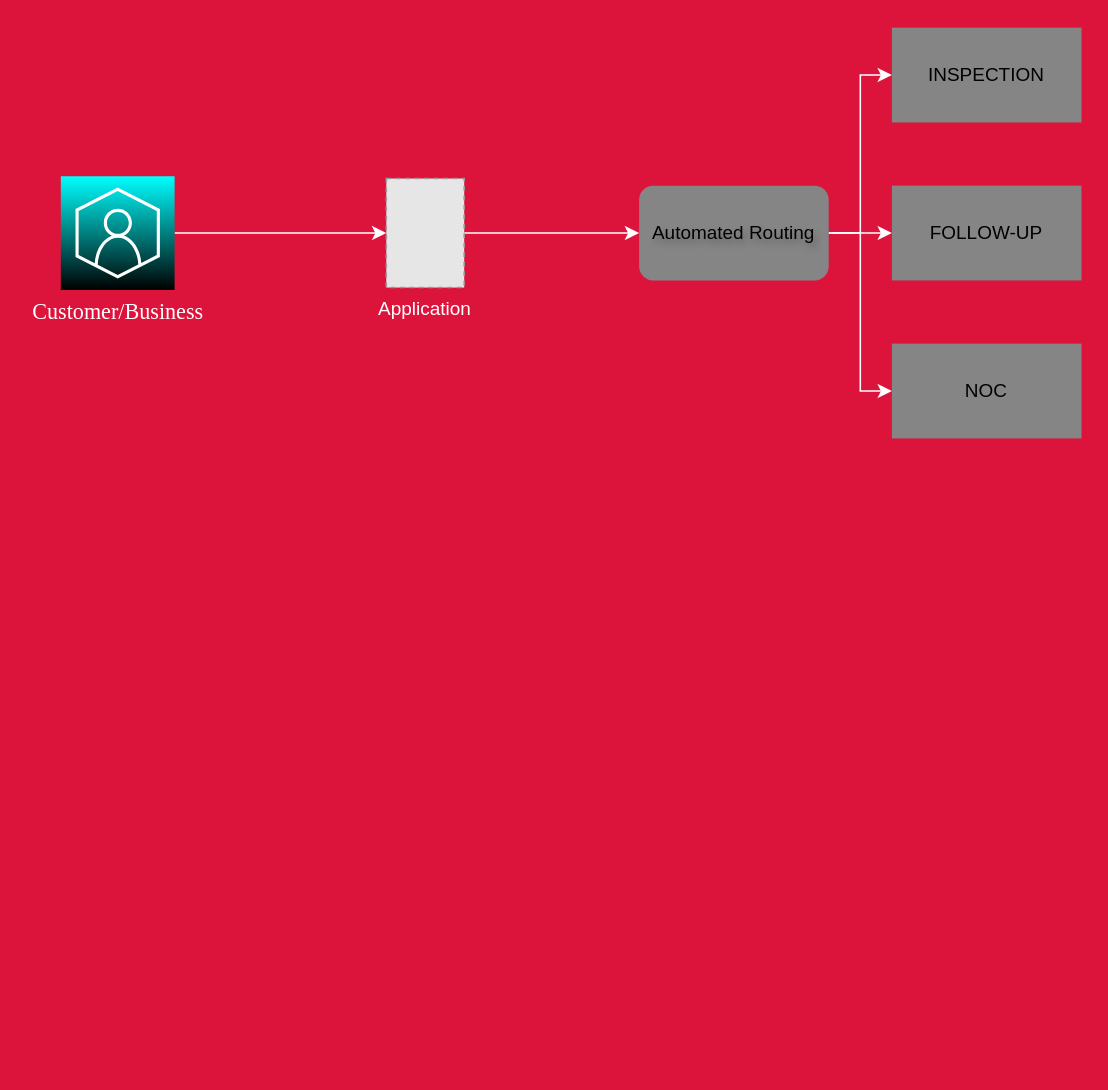
This is Untitled Diagram.drawio from Codeboi007/Tooeasy, a draw.io file, before an edit. Source tidied: cells renumbered, new cells numbered last; positions are measured from the earlier drawing's top-left corner, leaving out a move shared by most shapes. Both pictures are drawn from the tidied source at 158%, with x=0, y=0 at pixel (60, 27). Pictures stored in the file or linked from it are replaced by grey dashed boxes.
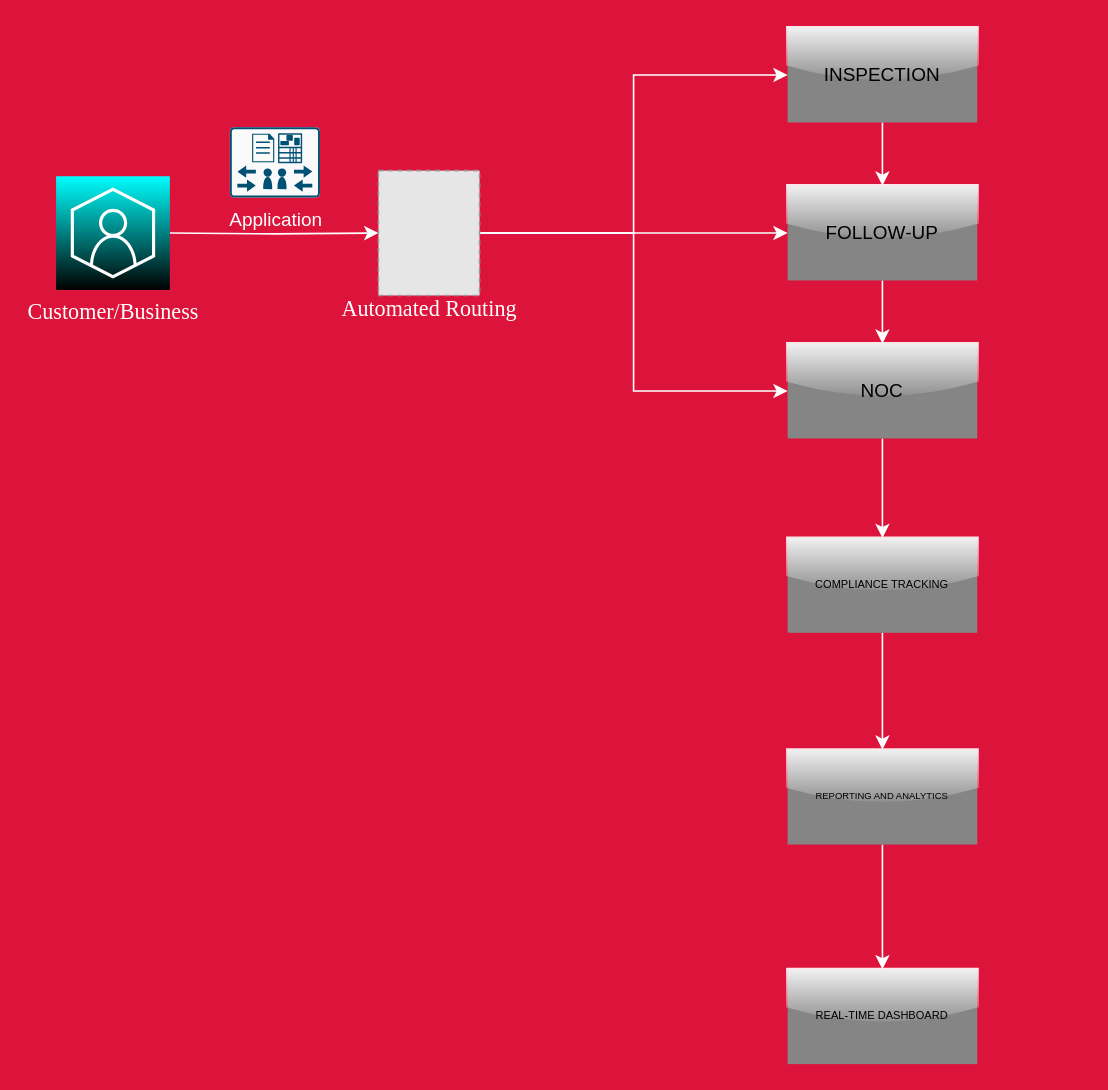
The same page after the edit.

The edit, as a diff of the source:
```diff
@@
-    <mxCell id="2" style="edgeStyle=orthogonalEdgeStyle;rounded=0;jettySize=auto;html=1;exitX=1;exitY=0.5;exitDx=0;exitDy=0;exitPerimeter=0;entryX=0;entryY=0.5;entryDx=0;entryDy=0;fontColor=#000000;strokeColor=#ffffff;curved=0;" parent="1" edge="1" source="11" target="12">
-      <mxGeometry relative="1" as="geometry" />
+    <mxCell id="2" style="edgeStyle=orthogonalEdgeStyle;rounded=0;jettySize=auto;html=1;exitX=1;exitY=0.5;exitDx=0;exitDy=0;exitPerimeter=0;entryX=0;entryY=0.5;entryDx=0;entryDy=0;fontColor=#000000;strokeColor=#ffffff;curved=0;" parent="1" edge="1" target="6">
+      <mxGeometry relative="1" as="geometry">
+        <mxPoint x="69" y="130" as="sourcePoint" />
+      </mxGeometry>
     </mxCell>
+    <mxCell id="13" style="edgeStyle=orthogonalEdgeStyle;rounded=0;jettySize=auto;html=1;exitX=0.5;exitY=1;exitDx=0;exitDy=0;entryX=0.5;entryY=0;entryDx=0;entryDy=0;strokeColor=#ffffff;" parent="1" edge="1" source="7" target="9">
+      <mxGeometry relative="1" as="geometry" />
+    </mxCell>
+    <mxCell id="7" value="FOLLOW-UP" style="shape=process;whiteSpace=wrap;html=1;backgroundOutline=1;fillColor=#858585;strokeColor=none;glass=1;" parent="1" vertex="1">
+      <mxGeometry x="460" y="100" width="120" height="60" as="geometry" />
+    </mxCell>
+    <mxCell id="14" style="edgeStyle=orthogonalEdgeStyle;rounded=0;jettySize=auto;html=1;exitX=0.5;exitY=1;exitDx=0;exitDy=0;entryX=0.5;entryY=0;entryDx=0;entryDy=0;strokeColor=#ffffff;" parent="1" edge="1" source="8" target="7">
+      <mxGeometry relative="1" as="geometry" />
+    </mxCell>
+    <mxCell id="8" value="INSPECTION" style="shape=process;whiteSpace=wrap;html=1;backgroundOutline=1;fillColor=#858585;strokeColor=none;rounded=0;glass=1;gradientColor=none;" parent="1" vertex="1">
+      <mxGeometry x="460" width="120" height="60" as="geometry" />
+    </mxCell>
+    <mxCell id="15" style="edgeStyle=orthogonalEdgeStyle;rounded=0;jettySize=auto;html=1;strokeColor=#ffffff;" parent="1" edge="1" source="9" target="17">
+      <mxGeometry relative="1" as="geometry" />
+    </mxCell>
+    <mxCell id="9" value="NOC" style="shape=process;whiteSpace=wrap;html=1;backgroundOutline=1;fillColor=#858585;strokeColor=none;glass=1;shadow=0;" parent="1" vertex="1">
+      <mxGeometry x="460" y="200" width="120" height="60" as="geometry" />
+    </mxCell>
+    <mxCell id="11" value="Customer/Business" style="sketch=0;points=[[0,0,0],[0.25,0,0],[0.5,0,0],[0.75,0,0],[1,0,0],[0,1,0],[0.25,1,0],[0.5,1,0],[0.75,1,0],[1,1,0],[0,0.25,0],[0,0.5,0],[0,0.75,0],[1,0.25,0],[1,0.5,0],[1,0.75,0]];outlineConnect=0;fontColor=#FFFFFF;fillColor=#00FFFF;strokeColor=#ffffff;dashed=0;verticalLabelPosition=bottom;verticalAlign=top;align=center;html=1;fontSize=14;fontStyle=0;shape=mxgraph.aws4.resourceIcon;resIcon=mxgraph.aws4.customer_enablement;fillStyle=auto;gradientColor=#000000;gradientDirection=south;fontFamily=Times New Roman;direction=east;" parent="1" vertex="1">
+      <mxGeometry x="-3" y="94" width="72" height="72" as="geometry" />
+    </mxCell>
+    <mxCell id="4" style="edgeStyle=orthogonalEdgeStyle;rounded=0;jettySize=auto;html=1;entryX=0;entryY=0.5;entryDx=0;entryDy=0;exitX=1;exitY=0.5;exitDx=0;exitDy=0;strokeColor=#ffffff;" parent="1" edge="1" source="6" target="7">
+      <mxGeometry relative="1" as="geometry" />
+    </mxCell>
-    <mxCell id="3" style="edgeStyle=orthogonalEdgeStyle;rounded=0;jettySize=auto;html=1;exitX=1;exitY=0.5;exitDx=0;exitDy=0;entryX=0;entryY=0.5;entryDx=0;entryDy=0;fontColor=#ffffff;strokeColor=#ffffff;" parent="1" edge="1" source="6" target="8">
+    <mxCell id="3" style="edgeStyle=orthogonalEdgeStyle;rounded=0;jettySize=auto;html=1;exitX=1;exitY=0.5;exitDx=0;exitDy=0;entryX=0;entryY=0.5;entryDx=0;entryDy=0;strokeColor=#ffffff;" parent="1" edge="1" source="6" target="8">
       <mxGeometry relative="1" as="geometry" />
     </mxCell>
-    <mxCell id="4" style="edgeStyle=orthogonalEdgeStyle;rounded=0;jettySize=auto;html=1;exitX=1;exitY=0.5;exitDx=0;exitDy=0;entryX=0;entryY=0.5;entryDx=0;entryDy=0;fontColor=#ffffff;strokeColor=#ffffff;" parent="1" edge="1" source="6" target="7">
-      <mxGeometry relative="1" as="geometry" />
-    </mxCell>
-    <mxCell id="5" style="edgeStyle=orthogonalEdgeStyle;rounded=0;jettySize=auto;html=1;exitX=1;exitY=0.5;exitDx=0;exitDy=0;entryX=0;entryY=0.5;entryDx=0;entryDy=0;fontColor=#ffffff;strokeColor=#ffffff;" parent="1" edge="1" source="6" target="9">
+    <mxCell id="5" style="edgeStyle=orthogonalEdgeStyle;rounded=0;jettySize=auto;html=1;exitX=1;exitY=0.5;exitDx=0;exitDy=0;entryX=0;entryY=0.5;entryDx=0;entryDy=0;strokeColor=#ffffff;" parent="1" edge="1" source="6" target="9">
       <mxGeometry relative="1" as="geometry" />
     </mxCell>
-    <mxCell id="6" value="Automated Routing" style="rounded=1;whiteSpace=wrap;html=1;textShadow=1;labelBackgroundColor=none;labelBorderColor=none;strokeColor=none;fillStyle=auto;fillColor=#858585;" parent="1" vertex="1">
-      <mxGeometry x="366" y="100" width="120" height="60" as="geometry" />
+    <mxCell id="6" value="Automated Routing" style="fillColor=#E6E6E6;strokeColor=#999999;dashed=1;html=1;verticalAlign=top;labelPosition=center;verticalLabelPosition=bottom;align=center;spacingTop=-6;fontSize=14;fontStyle=0;fontColor=#ffffff;fontFamily=Times New Roman;" parent="1" vertex="1">
+      <mxGeometry x="201" y="90.5" width="64" height="79" as="geometry" />
     </mxCell>
-    <mxCell id="7" value="FOLLOW-UP" style="shape=process;whiteSpace=wrap;html=1;backgroundOutline=1;fillColor=#858585;strokeColor=none;" parent="1" vertex="1">
-      <mxGeometry x="526" y="100" width="120" height="60" as="geometry" />
-    </mxCell>
-    <mxCell id="8" value="INSPECTION" style="shape=process;whiteSpace=wrap;html=1;backgroundOutline=1;fillColor=#858585;strokeColor=none;" parent="1" vertex="1">
-      <mxGeometry x="526" width="120" height="60" as="geometry" />
-    </mxCell>
-    <mxCell id="9" value="NOC" style="shape=process;whiteSpace=wrap;html=1;backgroundOutline=1;fillColor=#858585;strokeColor=none;" parent="1" vertex="1">
-      <mxGeometry x="526" y="200" width="120" height="60" as="geometry" />
-    </mxCell>
-    <mxCell id="10" style="edgeStyle=orthogonalEdgeStyle;rounded=0;jettySize=auto;html=1;exitX=1;exitY=0.5;exitDx=0;exitDy=0;entryX=0;entryY=0.5;entryDx=0;entryDy=0;strokeColor=#ffffff;" parent="1" edge="1" source="12" target="6">
-      <mxGeometry relative="1" as="geometry" />
-    </mxCell>
-    <mxCell id="11" value="Customer/Business" style="sketch=0;points=[[0,0,0],[0.25,0,0],[0.5,0,0],[0.75,0,0],[1,0,0],[0,1,0],[0.25,1,0],[0.5,1,0],[0.75,1,0],[1,1,0],[0,0.25,0],[0,0.5,0],[0,0.75,0],[1,0.25,0],[1,0.5,0],[1,0.75,0]];outlineConnect=0;fontColor=#FFFFFF;fillColor=#00FFFF;strokeColor=#ffffff;dashed=0;verticalLabelPosition=bottom;verticalAlign=top;align=center;html=1;fontSize=14;fontStyle=0;shape=mxgraph.aws4.resourceIcon;resIcon=mxgraph.aws4.customer_enablement;fillStyle=auto;gradientColor=#000000;gradientDirection=south;fontFamily=Times New Roman;" parent="1" vertex="1">
-      <mxGeometry y="94" width="72" height="72" as="geometry" />
-    </mxCell>
-    <mxCell id="12" value="Application" style="fillColor=#E6E6E6;strokeColor=#999999;dashed=1;verticalLabelPosition=bottom;labelBackgroundColor=none;verticalAlign=top;fontColor=#FFFFFF;" parent="1" vertex="1">
-      <mxGeometry x="206" y="95.5" width="49.3" height="69" as="geometry" />
+    <mxCell id="12" value="Application" style="sketch=0;points=[[0.015,0.015,0],[0.985,0.015,0],[0.985,0.985,0],[0.015,0.985,0],[0.25,0,0],[0.5,0,0],[0.75,0,0],[1,0.25,0],[1,0.5,0],[1,0.75,0],[0.75,1,0],[0.5,1,0],[0.25,1,0],[0,0.75,0],[0,0.5,0],[0,0.25,0]];verticalLabelPosition=bottom;html=1;verticalAlign=top;align=center;shape=mxgraph.cisco19.rect;prIcon=meeting_scheduling_and_management_server;fillColor=#FAFAFA;strokeColor=#005073;fontColor=#ffffff;" parent="1" vertex="1">
+      <mxGeometry x="107" y="63" width="57" height="44.5" as="geometry" />
     </mxCell>
+    <mxCell id="16" style="edgeStyle=orthogonalEdgeStyle;rounded=0;jettySize=auto;html=1;strokeColor=#ffffff;" parent="1" edge="1" source="17" target="19">
+      <mxGeometry relative="1" as="geometry" />
+    </mxCell>
+    <mxCell id="17" value="&lt;p style=&quot;line-height: 120%; font-size: 7px;&quot;&gt;COMPLIANCE TRACKING&lt;/p&gt;" style="shape=process;whiteSpace=wrap;html=1;backgroundOutline=1;fillColor=#858585;strokeColor=none;glass=1;shadow=0;gradientColor=none;fontSize=7;" parent="1" vertex="1">
+      <mxGeometry x="460" y="323" width="120" height="60" as="geometry" />
+    </mxCell>
+    <mxCell id="18" style="edgeStyle=orthogonalEdgeStyle;rounded=0;jettySize=auto;html=1;strokeColor=#ffffff;" parent="1" edge="1" source="19" target="20">
+      <mxGeometry relative="1" as="geometry" />
+    </mxCell>
+    <mxCell id="19" value="REPORTING AND ANALYTICS" style="shape=process;whiteSpace=wrap;html=1;backgroundOutline=1;fillColor=#858585;strokeColor=none;glass=1;shadow=0;fontSize=6;" parent="1" vertex="1">
+      <mxGeometry x="460" y="457" width="120" height="60" as="geometry" />
+    </mxCell>
+    <mxCell id="20" value="REAL-TIME DASHBOARD" style="shape=process;whiteSpace=wrap;html=1;backgroundOutline=1;fillColor=#858585;strokeColor=none;glass=1;shadow=0;fontSize=7;" parent="1" vertex="1">
+      <mxGeometry x="460" y="596" width="120" height="60" as="geometry" />
+    </mxCell>
```
